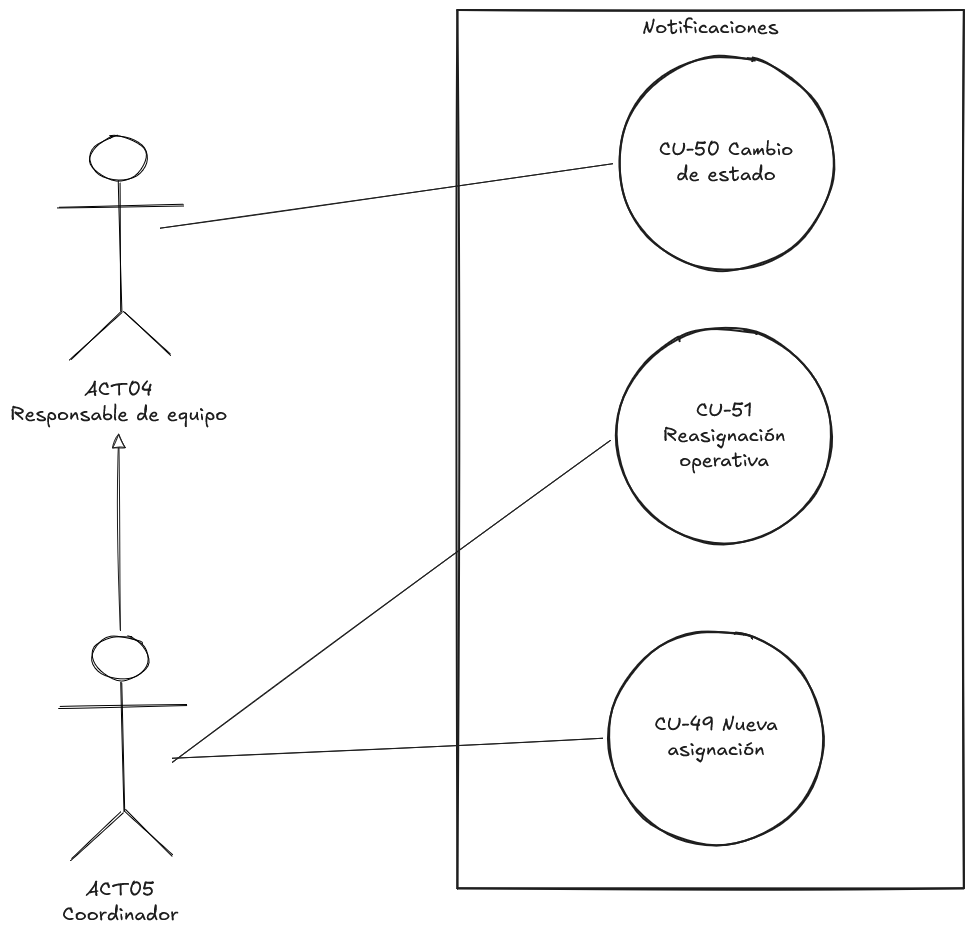
Earlier version of the Excalidraw export Docs/memoria/imaxes/diagramas-caso-uso/diagrama-notificaciones.png (zenoma/emergency-management-app). Source tidied: one line per element, renumbered; positions are measured from the earlier drawing's top-left corner, leaving out a move shared by most shapes. Source of this version:
```json
{"id": 0, "type": "ellipse", "strokeColor": "#1e1e1e", "strokeWidth": 2, "roughness": 1, "x": 599, "y": 620, "width": 215, "height": 215}
{"id": 1, "type": "text", "text": "CU-49 Nueva\nasignación", "strokeColor": "#1e1e1e", "strokeWidth": 2, "roughness": 1, "fontSize": 20, "fontFamily": 5, "textAlign": "center", "verticalAlign": "middle", "inside": 0, "x": 644, "y": 703, "width": 123, "height": 50}
{"id": 2, "type": "ellipse", "strokeColor": "#1e1e1e", "strokeWidth": 2, "roughness": 1, "x": 609, "y": 45, "width": 215, "height": 215}
{"id": 3, "type": "text", "text": "CU-50 Cambio\nde estado", "strokeColor": "#1e1e1e", "strokeWidth": 2, "roughness": 1, "fontSize": 20, "fontFamily": 5, "textAlign": "center", "verticalAlign": "middle", "inside": 2, "x": 649, "y": 128, "width": 134, "height": 50}
{"id": 4, "type": "ellipse", "strokeColor": "#1e1e1e", "strokeWidth": 2, "roughness": 1, "x": 607, "y": 318, "width": 215, "height": 215}
{"id": 5, "type": "text", "text": "CU-51\nReasignación\noperativa", "strokeColor": "#1e1e1e", "strokeWidth": 2, "roughness": 1, "fontSize": 20, "fontFamily": 5, "textAlign": "center", "verticalAlign": "middle", "inside": 4, "x": 653, "y": 388, "width": 123, "height": 75}
{"id": 6, "type": "ellipse", "strokeColor": "#000000", "strokeWidth": 1, "roughness": 1, "round": true, "x": 80, "y": 126, "width": 57, "height": 44}
{"id": 7, "type": "line", "strokeColor": "#000000", "strokeWidth": 1, "roughness": 1, "round": true, "x": 109, "y": 172, "width": 3, "height": 130, "points": [[0, 0], [3, 130]]}
{"id": 8, "type": "line", "strokeColor": "#000000", "strokeWidth": 1, "roughness": 1, "round": true, "x": 48, "y": 197, "width": 127, "height": 2, "points": [[0, 0], [127, -2]]}
{"id": 9, "type": "line", "strokeColor": "#000000", "strokeWidth": 1, "roughness": 1, "round": true, "x": 60, "y": 349, "width": 51, "height": 48, "points": [[0, 0], [51, -48]]}
{"id": 10, "type": "line", "strokeColor": "#000000", "strokeWidth": 1, "roughness": 1, "round": true, "x": 114, "y": 301, "width": 47, "height": 44, "points": [[0, 0], [47, 44]]}
{"id": 11, "type": "text", "text": "ACT04\nResponsable de equipo", "strokeColor": "#1e1e1e", "strokeWidth": 4, "strokeStyle": "dashed", "roughness": 1, "fontSize": 20, "fontFamily": 5, "textAlign": "center", "x": 0, "y": 367, "width": 217, "height": 50}
{"id": 12, "type": "ellipse", "strokeColor": "#000000", "strokeWidth": 1, "roughness": 1, "round": true, "x": 82, "y": 626, "width": 57, "height": 44}
{"id": 13, "type": "line", "strokeColor": "#000000", "strokeWidth": 1, "roughness": 1, "round": true, "x": 111, "y": 672, "width": 3, "height": 130, "points": [[0, 0], [3, 130]]}
{"id": 14, "type": "line", "strokeColor": "#000000", "strokeWidth": 1, "roughness": 1, "round": true, "x": 50, "y": 697, "width": 127, "height": 2, "points": [[0, 0], [127, -2]]}
{"id": 15, "type": "line", "strokeColor": "#000000", "strokeWidth": 1, "roughness": 1, "round": true, "x": 61, "y": 849, "width": 51, "height": 48, "points": [[0, 0], [51, -48]]}
{"id": 16, "type": "line", "strokeColor": "#000000", "strokeWidth": 1, "roughness": 1, "round": true, "x": 115, "y": 801, "width": 47, "height": 44, "points": [[0, 0], [47, 44]]}
{"id": 17, "type": "text", "text": "ACT05\nCoordinador", "strokeColor": "#1e1e1e", "strokeWidth": 4, "strokeStyle": "dashed", "roughness": 1, "fontSize": 20, "fontFamily": 5, "textAlign": "center", "x": 52, "y": 867, "width": 116, "height": 50}
{"id": 18, "type": "arrow", "strokeColor": "#1e1e1e", "strokeWidth": 1, "roughness": 1, "endArrowhead": "triangle_outline", "from": 12, "to": 11, "x": 110, "y": 620, "width": 2, "height": 196, "points": [[0, 0], [-2, -196]]}
{"id": 19, "type": "arrow", "strokeColor": "#1e1e1e", "strokeWidth": 1, "roughness": 1, "to": 0, "x": 163, "y": 748, "width": 430, "height": 20, "points": [[0, 0], [430, -20]]}
{"id": 20, "type": "arrow", "strokeColor": "#1e1e1e", "strokeWidth": 1, "roughness": 1, "to": 2, "x": 151, "y": 218, "width": 452, "height": 64, "points": [[0, 0], [452, -64]]}
{"id": 21, "type": "arrow", "strokeColor": "#1e1e1e", "strokeWidth": 1, "roughness": 1, "to": 4, "x": 163, "y": 752, "width": 438, "height": 322, "points": [[0, 0], [438, -322]]}
{"id": 22, "type": "rectangle", "strokeColor": "#1e1e1e", "strokeWidth": 2, "roughness": 1, "x": 447, "y": 0, "width": 507, "height": 878}
{"id": 23, "type": "text", "text": "Notificaciones", "strokeColor": "#1e1e1e", "strokeWidth": 2, "roughness": 1, "fontSize": 20, "fontFamily": 5, "textAlign": "center", "inside": 22, "x": 633, "y": 5, "width": 136, "height": 25}
```
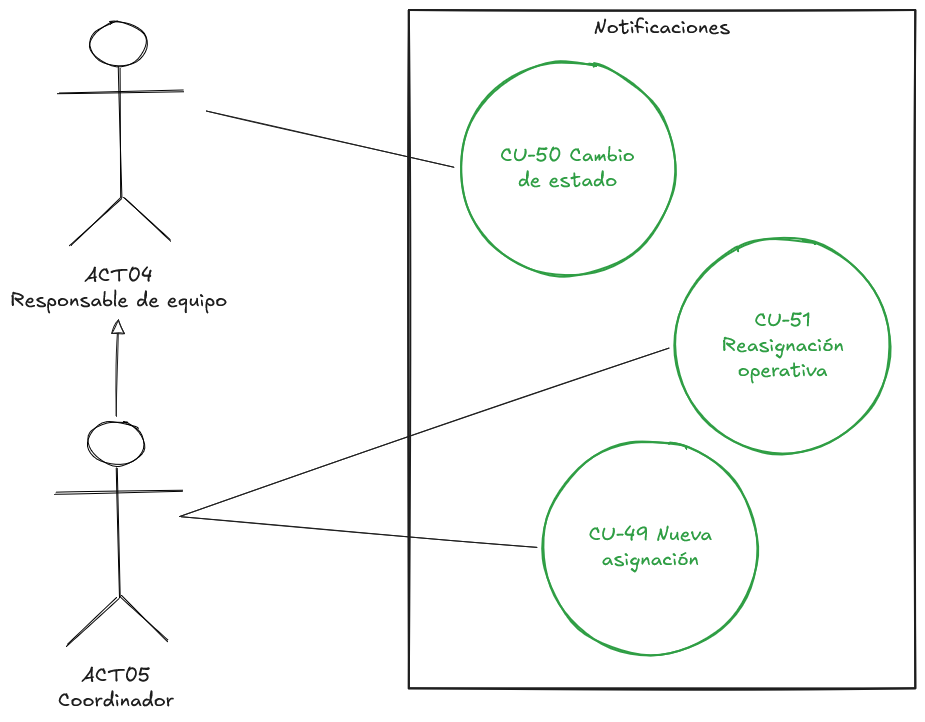
After the change.

The edit, as a diff of the source:
```diff
@@ -1,24 +1,24 @@
+{"id": 22, "type": "rectangle", "strokeColor": "#1e1e1e", "strokeWidth": 2, "roughness": 1, "x": 410, "y": 111, "width": 507, "height": 678}
+{"id": 23, "type": "text", "text": "Notificaciones", "strokeColor": "#1e1e1e", "strokeWidth": 2, "roughness": 1, "fontSize": 20, "fontFamily": 5, "textAlign": "center", "inside": 22, "x": 595, "y": 116, "width": 136, "height": 25}
-{"id": 0, "type": "ellipse", "strokeColor": "#1e1e1e", "strokeWidth": 2, "roughness": 1, "x": 599, "y": 620, "width": 215, "height": 215}
+{"id": 0, "type": "ellipse", "strokeColor": "#2f9e44", "strokeWidth": 2, "roughness": 1, "x": 544, "y": 542, "width": 215, "height": 215}
-{"id": 1, "type": "text", "text": "CU-49 Nueva\nasignación", "strokeColor": "#1e1e1e", "strokeWidth": 2, "roughness": 1, "fontSize": 20, "fontFamily": 5, "textAlign": "center", "verticalAlign": "middle", "inside": 0, "x": 644, "y": 703, "width": 123, "height": 50}
+{"id": 1, "type": "text", "text": "CU-49 Nueva\nasignación", "strokeColor": "#2f9e44", "strokeWidth": 2, "roughness": 1, "fontSize": 20, "fontFamily": 5, "textAlign": "center", "verticalAlign": "middle", "inside": 0, "x": 590, "y": 624, "width": 123, "height": 50}
-{"id": 2, "type": "ellipse", "strokeColor": "#1e1e1e", "strokeWidth": 2, "roughness": 1, "x": 609, "y": 45, "width": 215, "height": 215}
+{"id": 2, "type": "ellipse", "strokeColor": "#2f9e44", "strokeWidth": 2, "roughness": 1, "x": 462, "y": 163, "width": 215, "height": 215}
-{"id": 3, "type": "text", "text": "CU-50 Cambio\nde estado", "strokeColor": "#1e1e1e", "strokeWidth": 2, "roughness": 1, "fontSize": 20, "fontFamily": 5, "textAlign": "center", "verticalAlign": "middle", "inside": 2, "x": 649, "y": 128, "width": 134, "height": 50}
+{"id": 3, "type": "text", "text": "CU-50 Cambio\nde estado", "strokeColor": "#2f9e44", "strokeWidth": 2, "roughness": 1, "fontSize": 20, "fontFamily": 5, "textAlign": "center", "verticalAlign": "middle", "inside": 2, "x": 502, "y": 245, "width": 134, "height": 50}
-{"id": 4, "type": "ellipse", "strokeColor": "#1e1e1e", "strokeWidth": 2, "roughness": 1, "x": 607, "y": 318, "width": 215, "height": 215}
+{"id": 4, "type": "ellipse", "strokeColor": "#2f9e44", "strokeWidth": 2, "roughness": 1, "x": 677, "y": 340, "width": 215, "height": 215}
-{"id": 5, "type": "text", "text": "CU-51\nReasignación\noperativa", "strokeColor": "#1e1e1e", "strokeWidth": 2, "roughness": 1, "fontSize": 20, "fontFamily": 5, "textAlign": "center", "verticalAlign": "middle", "inside": 4, "x": 653, "y": 388, "width": 123, "height": 75}
+{"id": 5, "type": "text", "text": "CU-51\nReasignación\noperativa", "strokeColor": "#2f9e44", "strokeWidth": 2, "roughness": 1, "fontSize": 20, "fontFamily": 5, "textAlign": "center", "verticalAlign": "middle", "inside": 4, "x": 723, "y": 410, "width": 123, "height": 75}
-{"id": 6, "type": "ellipse", "strokeColor": "#000000", "strokeWidth": 1, "roughness": 1, "round": true, "x": 80, "y": 126, "width": 57, "height": 44}
+{"id": 6, "type": "ellipse", "strokeColor": "#000000", "strokeWidth": 1, "roughness": 1, "round": true, "x": 92, "y": 123, "width": 57, "height": 44}
-{"id": 7, "type": "line", "strokeColor": "#000000", "strokeWidth": 1, "roughness": 1, "round": true, "x": 109, "y": 172, "width": 3, "height": 130, "points": [[0, 0], [3, 130]]}
+{"id": 7, "type": "line", "strokeColor": "#000000", "strokeWidth": 1, "roughness": 1, "round": true, "x": 120, "y": 169, "width": 3, "height": 130, "points": [[0, 0], [3, 130]]}
-{"id": 8, "type": "line", "strokeColor": "#000000", "strokeWidth": 1, "roughness": 1, "round": true, "x": 48, "y": 197, "width": 127, "height": 2, "points": [[0, 0], [127, -2]]}
+{"id": 8, "type": "line", "strokeColor": "#000000", "strokeWidth": 1, "roughness": 1, "round": true, "x": 60, "y": 195, "width": 127, "height": 2, "points": [[0, 0], [127, -2]]}
-{"id": 9, "type": "line", "strokeColor": "#000000", "strokeWidth": 1, "roughness": 1, "round": true, "x": 60, "y": 349, "width": 51, "height": 48, "points": [[0, 0], [51, -48]]}
+{"id": 9, "type": "line", "strokeColor": "#000000", "strokeWidth": 1, "roughness": 1, "round": true, "x": 71, "y": 347, "width": 51, "height": 48, "points": [[0, 0], [51, -48]]}
-{"id": 10, "type": "line", "strokeColor": "#000000", "strokeWidth": 1, "roughness": 1, "round": true, "x": 114, "y": 301, "width": 47, "height": 44, "points": [[0, 0], [47, 44]]}
+{"id": 10, "type": "line", "strokeColor": "#000000", "strokeWidth": 1, "roughness": 1, "round": true, "x": 125, "y": 298, "width": 47, "height": 44, "points": [[0, 0], [47, 44]]}
-{"id": 11, "type": "text", "text": "ACT04\nResponsable de equipo", "strokeColor": "#1e1e1e", "strokeWidth": 4, "strokeStyle": "dashed", "roughness": 1, "fontSize": 20, "fontFamily": 5, "textAlign": "center", "x": 0, "y": 367, "width": 217, "height": 50}
+{"id": 11, "type": "text", "text": "ACT04\nResponsable de equipo", "strokeColor": "#1e1e1e", "strokeWidth": 4, "strokeStyle": "dashed", "roughness": 1, "fontSize": 20, "fontFamily": 5, "textAlign": "center", "x": 11, "y": 364, "width": 217, "height": 50}
-{"id": 12, "type": "ellipse", "strokeColor": "#000000", "strokeWidth": 1, "roughness": 1, "round": true, "x": 82, "y": 626, "width": 57, "height": 44}
+{"id": 12, "type": "ellipse", "strokeColor": "#000000", "strokeWidth": 1, "roughness": 1, "round": true, "x": 89, "y": 523, "width": 57, "height": 44}
-{"id": 13, "type": "line", "strokeColor": "#000000", "strokeWidth": 1, "roughness": 1, "round": true, "x": 111, "y": 672, "width": 3, "height": 130, "points": [[0, 0], [3, 130]]}
+{"id": 13, "type": "line", "strokeColor": "#000000", "strokeWidth": 1, "roughness": 1, "round": true, "x": 118, "y": 569, "width": 3, "height": 130, "points": [[0, 0], [3, 130]]}
-{"id": 14, "type": "line", "strokeColor": "#000000", "strokeWidth": 1, "roughness": 1, "round": true, "x": 50, "y": 697, "width": 127, "height": 2, "points": [[0, 0], [127, -2]]}
+{"id": 14, "type": "line", "strokeColor": "#000000", "strokeWidth": 1, "roughness": 1, "round": true, "x": 57, "y": 595, "width": 127, "height": 2, "points": [[0, 0], [127, -2]]}
-{"id": 15, "type": "line", "strokeColor": "#000000", "strokeWidth": 1, "roughness": 1, "round": true, "x": 61, "y": 849, "width": 51, "height": 48, "points": [[0, 0], [51, -48]]}
+{"id": 15, "type": "line", "strokeColor": "#000000", "strokeWidth": 1, "roughness": 1, "round": true, "x": 68, "y": 747, "width": 51, "height": 48, "points": [[0, 0], [51, -48]]}
-{"id": 16, "type": "line", "strokeColor": "#000000", "strokeWidth": 1, "roughness": 1, "round": true, "x": 115, "y": 801, "width": 47, "height": 44, "points": [[0, 0], [47, 44]]}
+{"id": 16, "type": "line", "strokeColor": "#000000", "strokeWidth": 1, "roughness": 1, "round": true, "x": 123, "y": 698, "width": 47, "height": 44, "points": [[0, 0], [47, 44]]}
-{"id": 17, "type": "text", "text": "ACT05\nCoordinador", "strokeColor": "#1e1e1e", "strokeWidth": 4, "strokeStyle": "dashed", "roughness": 1, "fontSize": 20, "fontFamily": 5, "textAlign": "center", "x": 52, "y": 867, "width": 116, "height": 50}
+{"id": 17, "type": "text", "text": "ACT05\nCoordinador", "strokeColor": "#1e1e1e", "strokeWidth": 4, "strokeStyle": "dashed", "roughness": 1, "fontSize": 20, "fontFamily": 5, "textAlign": "center", "x": 59, "y": 764, "width": 116, "height": 50}
-{"id": 18, "type": "arrow", "strokeColor": "#1e1e1e", "strokeWidth": 1, "roughness": 1, "endArrowhead": "triangle_outline", "from": 12, "to": 11, "x": 110, "y": 620, "width": 2, "height": 196, "points": [[0, 0], [-2, -196]]}
+{"id": 18, "type": "arrow", "strokeColor": "#1e1e1e", "strokeWidth": 1, "roughness": 1, "endArrowhead": "triangle_outline", "from": 12, "to": 11, "x": 118, "y": 518, "width": 2, "height": 96, "points": [[0, 0], [2, -96]]}
-{"id": 19, "type": "arrow", "strokeColor": "#1e1e1e", "strokeWidth": 1, "roughness": 1, "to": 0, "x": 163, "y": 748, "width": 430, "height": 20, "points": [[0, 0], [430, -20]]}
+{"id": 19, "type": "arrow", "strokeColor": "#1e1e1e", "strokeWidth": 1, "roughness": 1, "to": 0, "x": 183, "y": 618, "width": 356, "height": 31, "points": [[0, 0], [356, 31]]}
-{"id": 20, "type": "arrow", "strokeColor": "#1e1e1e", "strokeWidth": 1, "roughness": 1, "to": 2, "x": 151, "y": 218, "width": 452, "height": 64, "points": [[0, 0], [452, -64]]}
+{"id": 20, "type": "arrow", "strokeColor": "#1e1e1e", "strokeWidth": 1, "roughness": 1, "to": 2, "x": 208, "y": 212, "width": 248, "height": 56, "points": [[0, 0], [248, 56]]}
-{"id": 21, "type": "arrow", "strokeColor": "#1e1e1e", "strokeWidth": 1, "roughness": 1, "to": 4, "x": 163, "y": 752, "width": 438, "height": 322, "points": [[0, 0], [438, -322]]}
+{"id": 21, "type": "arrow", "strokeColor": "#1e1e1e", "strokeWidth": 1, "roughness": 1, "to": 4, "x": 181, "y": 618, "width": 489, "height": 168, "points": [[0, 0], [489, -168]]}
-{"id": 22, "type": "rectangle", "strokeColor": "#1e1e1e", "strokeWidth": 2, "roughness": 1, "x": 447, "y": 0, "width": 507, "height": 878}
-{"id": 23, "type": "text", "text": "Notificaciones", "strokeColor": "#1e1e1e", "strokeWidth": 2, "roughness": 1, "fontSize": 20, "fontFamily": 5, "textAlign": "center", "inside": 22, "x": 633, "y": 5, "width": 136, "height": 25}
```
